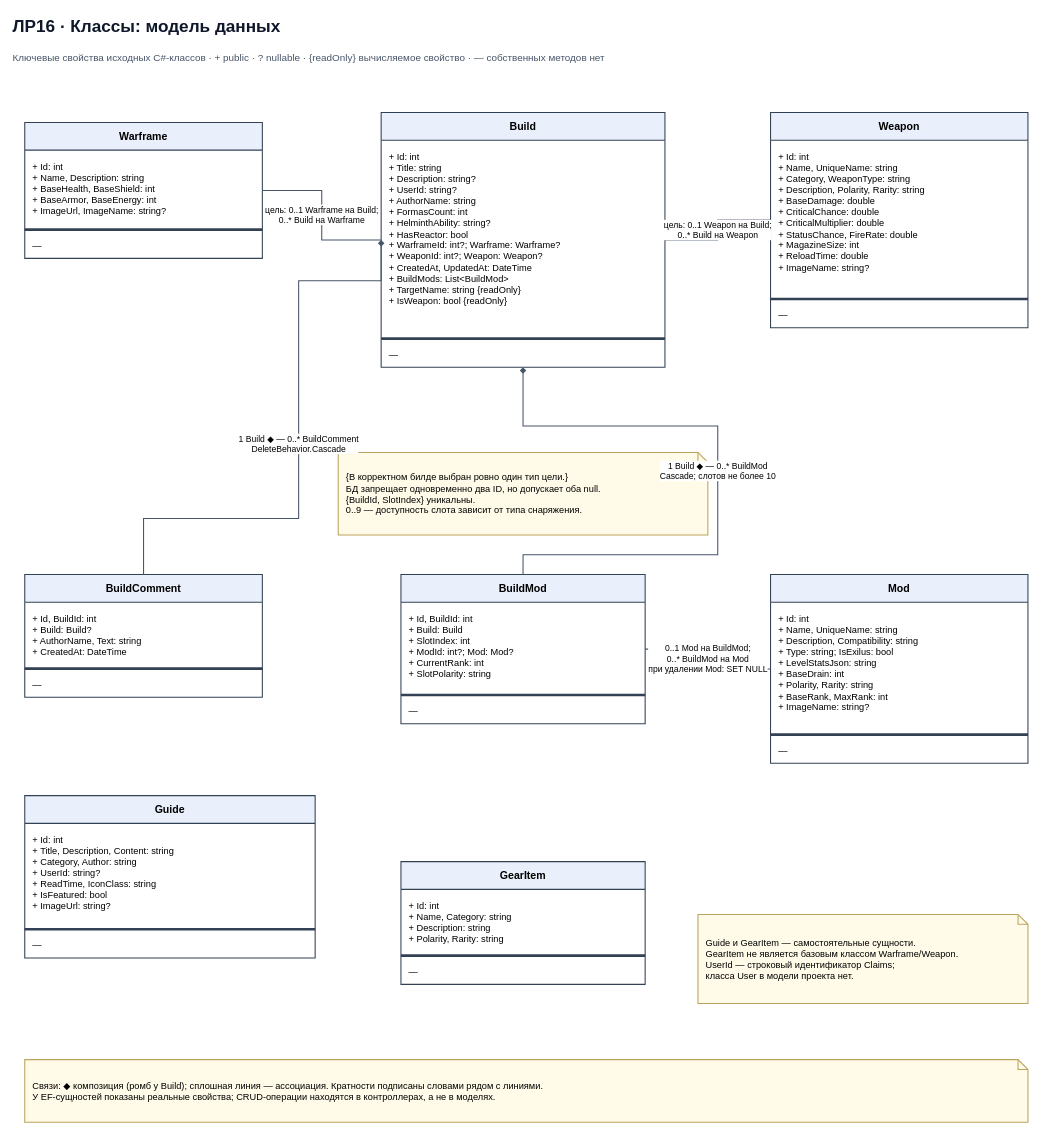
Above: page "1 · Свойства моделей" (1 of 2) of docs/uml/diagrams/03-class.drawio in kirieshka800/warframe-builds (draw.io), before the change. Source tidied: cells renumbered, new cells numbered last; positions are measured from the earlier drawing's top-left corner, leaving out a move shared by most shapes. Both pictures are drawn from the tidied source at 66%, with x=0, y=0 at pixel (11, 11).
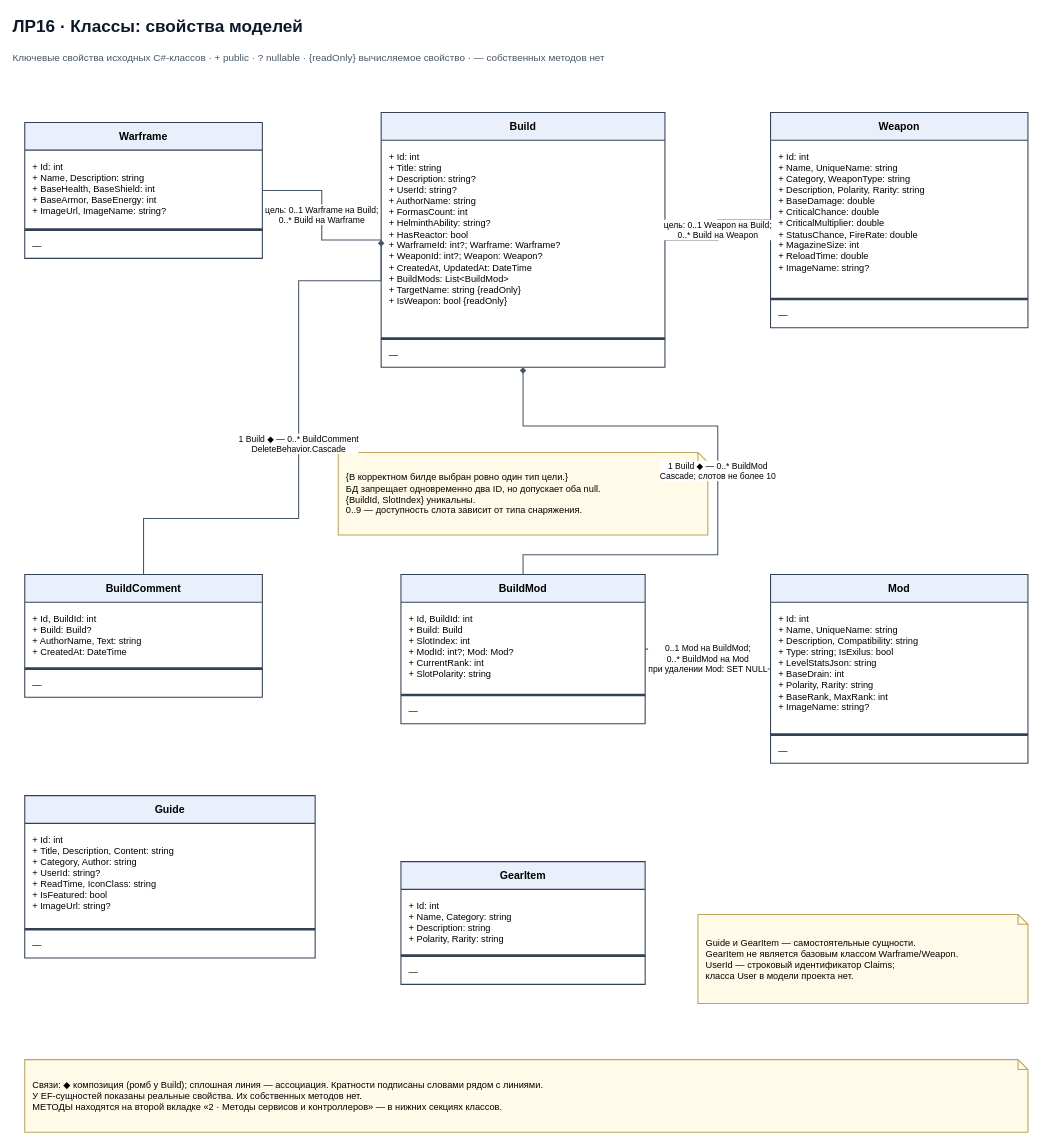
Above is the later version.

What changed in the source:
```diff
@@
-    <mxCell id="2" value="ЛР16 · Классы: модель данных" style="whiteSpace=wrap;html=1;fontFamily=Helvetica;strokeWidth=1.6;text;strokeColor=none;fillColor=none;align=left;verticalAlign=middle;fontColor=#0f172a;fontStyle=1;fontSize=26;" parent="1" vertex="1">
+    <mxCell id="2" value="ЛР16 · Классы: свойства моделей" style="whiteSpace=wrap;html=1;fontFamily=Helvetica;strokeWidth=1.6;text;strokeColor=none;fillColor=none;align=left;verticalAlign=middle;fontColor=#0f172a;fontStyle=1;fontSize=26;" parent="1" vertex="1">
       <mxGeometry width="1560" height="44" as="geometry" />
     </mxCell>
@@
-    <mxCell id="38" value="Связи: ◆ композиция (ромб у Build); сплошная линия — ассоциация. Кратности подписаны словами рядом с линиями.&lt;br&gt;У EF-сущностей показаны реальные свойства; CRUD-операции находятся в контроллерах, а не в моделях." style="whiteSpace=wrap;html=1;fontFamily=Helvetica;strokeWidth=1.6;shape=note;size=15;fillColor=#fffbe8;strokeColor=#bca45d;align=left;spacing=12;fontSize=14;" parent="1" vertex="1">
-      <mxGeometry x="20" y="1588" width="1520" height="95" as="geometry" />
+    <mxCell id="38" value="Связи: ◆ композиция (ромб у Build); сплошная линия — ассоциация. Кратности подписаны словами рядом с линиями.&lt;br&gt;У EF-сущностей показаны реальные свойства. Их собственных методов нет.&lt;br&gt;МЕТОДЫ находятся на второй вкладке «2 · Методы сервисов и контроллеров» — в нижних секциях классов." style="whiteSpace=wrap;html=1;fontFamily=Helvetica;strokeWidth=1.6;shape=note;size=15;fillColor=#fffbe8;strokeColor=#bca45d;align=left;spacing=12;fontSize=14;" parent="1" vertex="1">
+      <mxGeometry x="20" y="1588" width="1520" height="110" as="geometry" />
     </mxCell>
```
